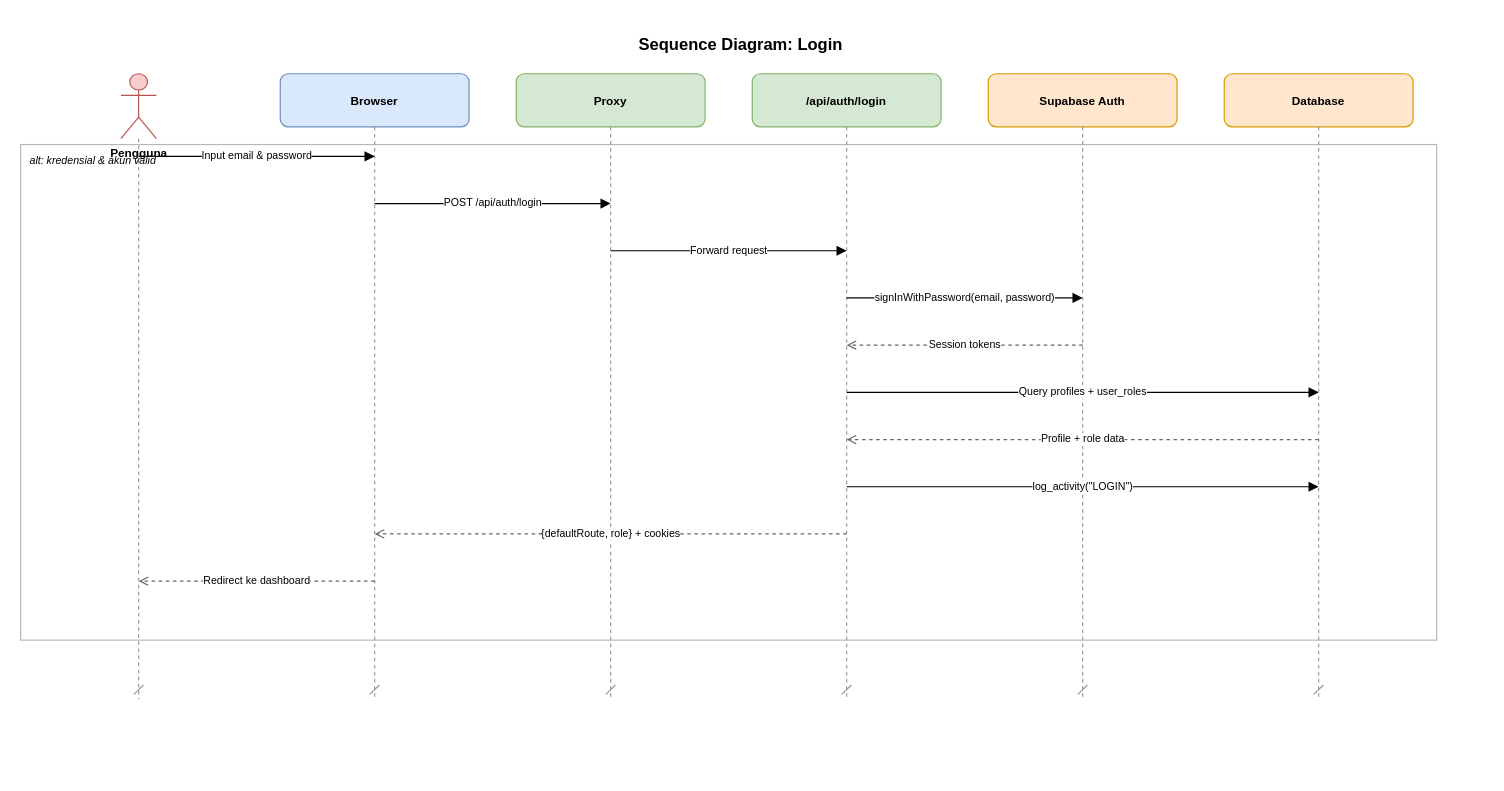
Above: docs/diagrams/sequence/02-sq-login.drawio in RyanGLoomy/terminal-iwkbu (draw.io), before the change. Source tidied: cells renumbered, new cells numbered last; positions are measured from the earlier drawing's top-left corner, leaving out a move shared by most shapes. Both pictures are drawn from the tidied source at 118%, with x=0, y=0 at pixel (20, 26).
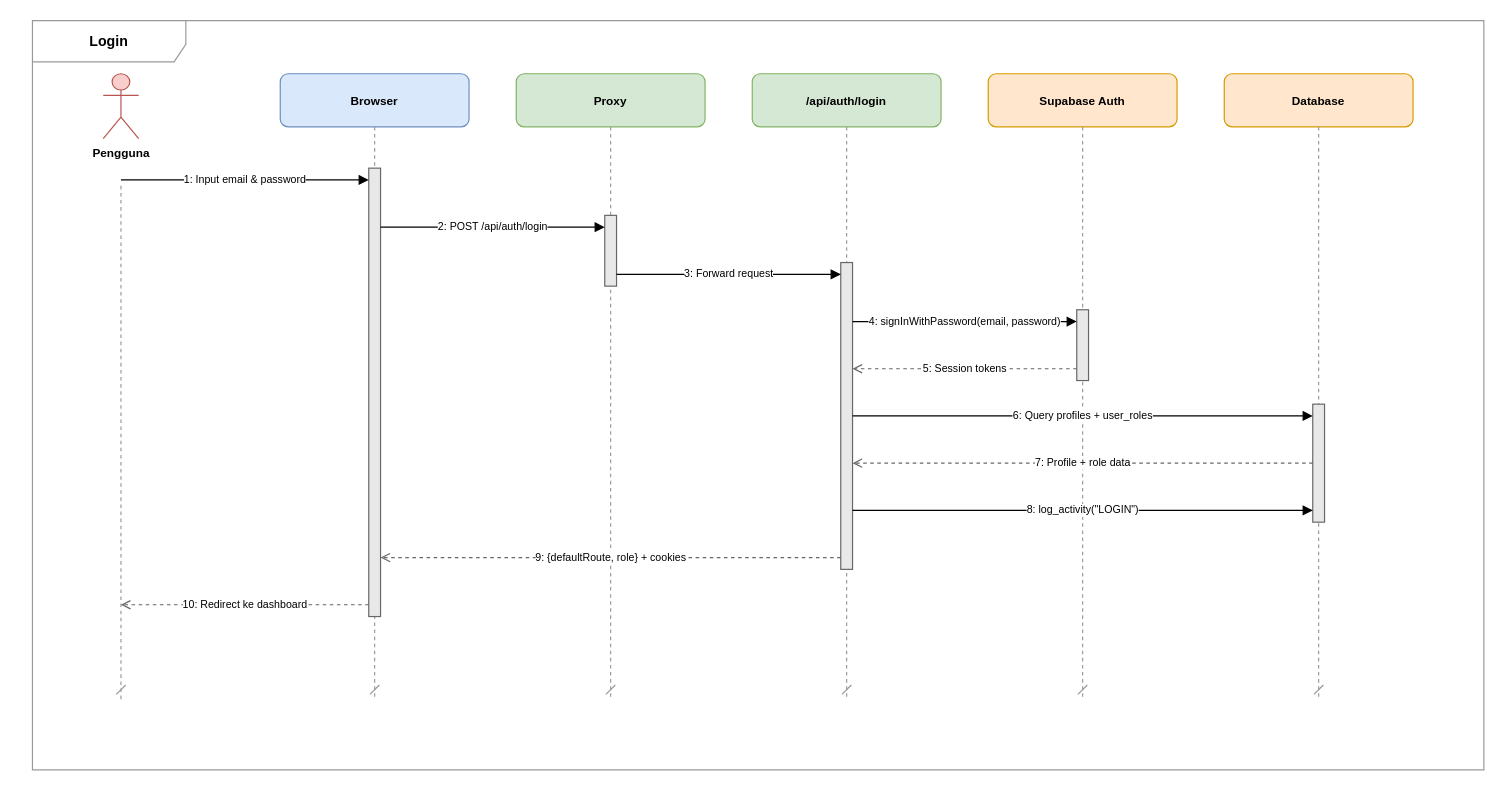
The same page after the edit.

The edit, as a diff of the source:
```diff
@@
-    <mxCell id="2" value="Sequence Diagram: Login" style="text;html=1;align=center;verticalAlign=middle;fontSize=14;fontStyle=1;strokeColor=none;fillColor=none;" parent="1" vertex="1">
-      <mxGeometry x="40" width="1140" height="30" as="geometry" />
-    </mxCell>
+    <mxCell id="26" value="Login" style="shape=umlFrame;whiteSpace=wrap;html=1;fillColor=none;strokeColor=#999999;fontSize=12;fontStyle=1;lightOpacity=50;tabWidth=130;tabHeight=22;width=130;height=35;" parent="1" vertex="1">
+      <mxGeometry x="10" y="-5" width="1230" height="635" as="geometry" />
+    </mxCell>
     <mxCell id="3" value="Pengguna" style="shape=umlActor;verticalLabelPosition=bottom;verticalAlign=top;html=1;fillColor=#f8cecc;strokeColor=#b85450;fontStyle=1;fontSize=10;" parent="1" vertex="1">
-      <mxGeometry x="85" y="40" width="30" height="55" as="geometry" />
+      <mxGeometry x="70" y="40" width="30" height="55" as="geometry" />
     </mxCell>
     <mxCell id="4" style="endArrow=dash;dashed=1;html=1;strokeWidth=1;strokeColor=#999999;" parent="1" edge="1">
       <mxGeometry relative="1" as="geometry">
-        <mxPoint x="100" y="95" as="sourcePoint" />
-        <mxPoint x="100" y="570" as="targetPoint" />
+        <mxPoint x="85" y="135" as="sourcePoint" />
+        <mxPoint x="85" y="570" as="targetPoint" />
       </mxGeometry>
     </mxCell>
@@
-    <mxCell id="15" value="alt: kredensial &amp; akun valid" style="rounded=0;whiteSpace=wrap;html=1;fillColor=none;strokeColor=#999999;dashed=0;verticalAlign=top;align=left;spacingTop=2;spacingLeft=6;fontSize=9;fontStyle=2;opacity=70;" parent="1" vertex="1">
-      <mxGeometry y="100" width="1200" height="420" as="geometry" />
-    </mxCell>
+    <mxCell id="27" style="rounded=0;whiteSpace=wrap;html=1;fillColor=#e8e8e8;strokeColor=#666666;strokeWidth=1;" parent="1" vertex="1">
+      <mxGeometry x="295" y="120" width="10" height="380" as="geometry" />
+    </mxCell>
+    <mxCell id="28" style="rounded=0;whiteSpace=wrap;html=1;fillColor=#e8e8e8;strokeColor=#666666;strokeWidth=1;" parent="1" vertex="1">
+      <mxGeometry x="495" y="160" width="10" height="60" as="geometry" />
+    </mxCell>
+    <mxCell id="29" style="rounded=0;whiteSpace=wrap;html=1;fillColor=#e8e8e8;strokeColor=#666666;strokeWidth=1;" parent="1" vertex="1">
+      <mxGeometry x="695" y="200" width="10" height="260" as="geometry" />
+    </mxCell>
+    <mxCell id="30" style="rounded=0;whiteSpace=wrap;html=1;fillColor=#e8e8e8;strokeColor=#666666;strokeWidth=1;" parent="1" vertex="1">
+      <mxGeometry x="895" y="240" width="10" height="60" as="geometry" />
+    </mxCell>
+    <mxCell id="31" style="rounded=0;whiteSpace=wrap;html=1;fillColor=#e8e8e8;strokeColor=#666666;strokeWidth=1;" parent="1" vertex="1">
+      <mxGeometry x="1095" y="320" width="10" height="100" as="geometry" />
+    </mxCell>
-    <mxCell id="16" value="Input email &amp; password" style="endArrow=block;endFill=1;html=1;fontSize=9;" parent="1" edge="1">
+    <mxCell id="16" value="1: Input email &amp; password" style="endArrow=block;endFill=1;html=1;fontSize=9;" parent="1" edge="1">
       <mxGeometry relative="1" as="geometry">
-        <mxPoint x="100" y="110" as="sourcePoint" />
-        <mxPoint x="300" y="110" as="targetPoint" />
+        <mxPoint x="85" y="130" as="sourcePoint" />
+        <mxPoint x="295" y="130" as="targetPoint" />
       </mxGeometry>
     </mxCell>
-    <mxCell id="17" value="POST /api/auth/login" style="endArrow=block;endFill=1;html=1;fontSize=9;" parent="1" edge="1">
+    <mxCell id="17" value="2: POST /api/auth/login" style="endArrow=block;endFill=1;html=1;fontSize=9;" parent="1" edge="1">
       <mxGeometry relative="1" as="geometry">
-        <mxPoint x="300" y="150" as="sourcePoint" />
-        <mxPoint x="500" y="150" as="targetPoint" />
+        <mxPoint x="305" y="170" as="sourcePoint" />
+        <mxPoint x="495" y="170" as="targetPoint" />
       </mxGeometry>
     </mxCell>
-    <mxCell id="18" value="Forward request" style="endArrow=block;endFill=1;html=1;fontSize=9;" parent="1" edge="1">
+    <mxCell id="18" value="3: Forward request" style="endArrow=block;endFill=1;html=1;fontSize=9;" parent="1" edge="1">
       <mxGeometry relative="1" as="geometry">
-        <mxPoint x="500" y="190" as="sourcePoint" />
-        <mxPoint x="700" y="190" as="targetPoint" />
+        <mxPoint x="505" y="210" as="sourcePoint" />
+        <mxPoint x="695" y="210" as="targetPoint" />
       </mxGeometry>
     </mxCell>
-    <mxCell id="19" value="signInWithPassword(email, password)" style="endArrow=block;endFill=1;html=1;fontSize=9;" parent="1" edge="1">
+    <mxCell id="19" value="4: signInWithPassword(email, password)" style="endArrow=block;endFill=1;html=1;fontSize=9;" parent="1" edge="1">
       <mxGeometry relative="1" as="geometry">
-        <mxPoint x="700" y="230" as="sourcePoint" />
-        <mxPoint x="900" y="230" as="targetPoint" />
+        <mxPoint x="705" y="250" as="sourcePoint" />
+        <mxPoint x="895" y="250" as="targetPoint" />
       </mxGeometry>
     </mxCell>
-    <mxCell id="20" value="Session tokens" style="endArrow=open;endFill=0;dashed=1;html=1;fontSize=9;strokeColor=#666666;" parent="1" edge="1">
+    <mxCell id="20" value="5: Session tokens" style="endArrow=open;endFill=0;dashed=1;html=1;fontSize=9;strokeColor=#666666;" parent="1" edge="1">
       <mxGeometry relative="1" as="geometry">
-        <mxPoint x="900" y="270" as="sourcePoint" />
-        <mxPoint x="700" y="270" as="targetPoint" />
+        <mxPoint x="895" y="290" as="sourcePoint" />
+        <mxPoint x="705" y="290" as="targetPoint" />
       </mxGeometry>
     </mxCell>
-    <mxCell id="21" value="Query profiles + user_roles" style="endArrow=block;endFill=1;html=1;fontSize=9;" parent="1" edge="1">
+    <mxCell id="21" value="6: Query profiles + user_roles" style="endArrow=block;endFill=1;html=1;fontSize=9;" parent="1" edge="1">
       <mxGeometry relative="1" as="geometry">
-        <mxPoint x="700" y="310" as="sourcePoint" />
-        <mxPoint x="1100" y="310" as="targetPoint" />
+        <mxPoint x="705" y="330" as="sourcePoint" />
+        <mxPoint x="1095" y="330" as="targetPoint" />
       </mxGeometry>
     </mxCell>
-    <mxCell id="22" value="Profile + role data" style="endArrow=open;endFill=0;dashed=1;html=1;fontSize=9;strokeColor=#666666;" parent="1" edge="1">
+    <mxCell id="22" value="7: Profile + role data" style="endArrow=open;endFill=0;dashed=1;html=1;fontSize=9;strokeColor=#666666;" parent="1" edge="1">
       <mxGeometry relative="1" as="geometry">
-        <mxPoint x="1100" y="350" as="sourcePoint" />
-        <mxPoint x="700" y="350" as="targetPoint" />
+        <mxPoint x="1095" y="370" as="sourcePoint" />
+        <mxPoint x="705" y="370" as="targetPoint" />
       </mxGeometry>
     </mxCell>
-    <mxCell id="23" value="log_activity(&quot;LOGIN&quot;)" style="endArrow=block;endFill=1;html=1;fontSize=9;" parent="1" edge="1">
+    <mxCell id="23" value="8: log_activity(&quot;LOGIN&quot;)" style="endArrow=block;endFill=1;html=1;fontSize=9;" parent="1" edge="1">
       <mxGeometry relative="1" as="geometry">
-        <mxPoint x="700" y="390" as="sourcePoint" />
-        <mxPoint x="1100" y="390" as="targetPoint" />
+        <mxPoint x="705" y="410" as="sourcePoint" />
+        <mxPoint x="1095" y="410" as="targetPoint" />
       </mxGeometry>
     </mxCell>
-    <mxCell id="24" value="{defaultRoute, role} + cookies" style="endArrow=open;endFill=0;dashed=1;html=1;fontSize=9;strokeColor=#666666;" parent="1" edge="1">
+    <mxCell id="24" value="9: {defaultRoute, role} + cookies" style="endArrow=open;endFill=0;dashed=1;html=1;fontSize=9;strokeColor=#666666;" parent="1" edge="1">
       <mxGeometry relative="1" as="geometry">
-        <mxPoint x="700" y="430" as="sourcePoint" />
-        <mxPoint x="300" y="430" as="targetPoint" />
+        <mxPoint x="695" y="450" as="sourcePoint" />
+        <mxPoint x="305" y="450" as="targetPoint" />
       </mxGeometry>
     </mxCell>
-    <mxCell id="25" value="Redirect ke dashboard" style="endArrow=open;endFill=0;dashed=1;html=1;fontSize=9;strokeColor=#666666;" parent="1" edge="1">
+    <mxCell id="25" value="10: Redirect ke dashboard" style="endArrow=open;endFill=0;dashed=1;html=1;fontSize=9;strokeColor=#666666;" parent="1" edge="1">
       <mxGeometry relative="1" as="geometry">
-        <mxPoint x="300" y="470" as="sourcePoint" />
-        <mxPoint x="100" y="470" as="targetPoint" />
+        <mxPoint x="295" y="490" as="sourcePoint" />
+        <mxPoint x="85" y="490" as="targetPoint" />
       </mxGeometry>
     </mxCell>
```
